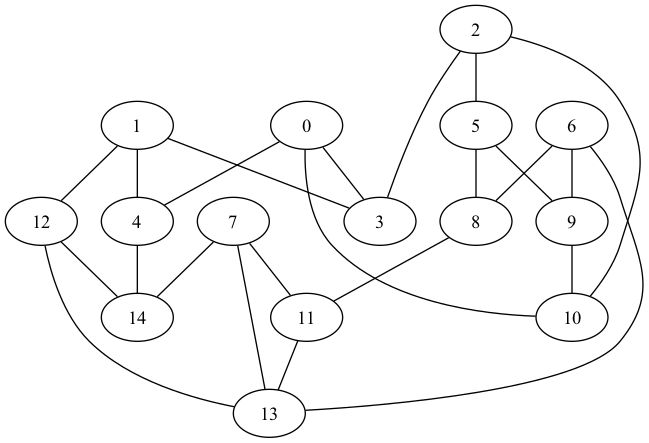
Before: graph.png, a diagram exported from Graphviz (ariel-waisburg/p2p-network-simulator). Its source is kept beside it as graph.dot. Source of this version:
```dot
graph MyGraph {
    0 -- 4;
    0 -- 10;
    0 -- 3;
    1 -- 12;
    1 -- 3;
    1 -- 4;
    2 -- 3;
    2 -- 5;
    2 -- 10;
    4 -- 14;
    5 -- 8;
    5 -- 9;
    6 -- 9;
    6 -- 13;
    6 -- 8;
    7 -- 11;
    7 -- 14;
    7 -- 13;
    8 -- 11;
    9 -- 10;
    11 -- 13;
    12 -- 13;
    12 -- 14;
}
```
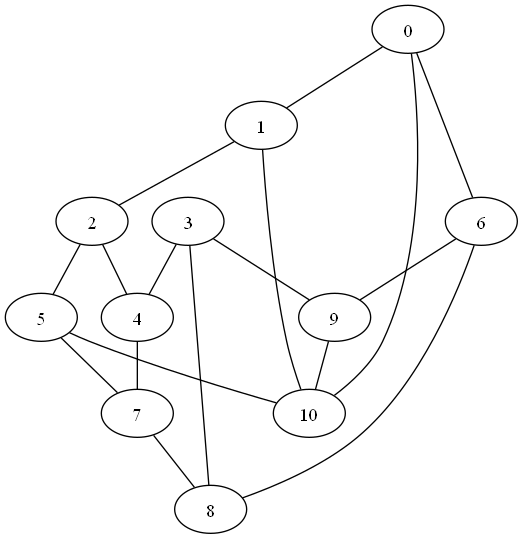
After the commit.

Diff of the diagram source:
```diff
@@ -1,25 +1,19 @@
 graph MyGraph {
+    0 -- 7;
+    0 -- 1;
     0 -- 4;
-    0 -- 10;
-    0 -- 3;
-    1 -- 12;
-    1 -- 3;
-    1 -- 4;
-    2 -- 3;
+    1 -- 5;
+    1 -- 2;
+    2 -- 4;
+    2 -- 10;
     2 -- 5;
-    2 -- 10;
-    4 -- 14;
+    3 -- 8;
+    3 -- 6;
+    3 -- 9;
+    4 -- 6;
     5 -- 8;
-    5 -- 9;
-    6 -- 9;
-    6 -- 13;
-    6 -- 8;
-    7 -- 11;
-    7 -- 14;
-    7 -- 13;
-    8 -- 11;
+    6 -- 7;
+    7 -- 9;
+    8 -- 10;
     9 -- 10;
-    11 -- 13;
-    12 -- 13;
-    12 -- 14;
 }
```
